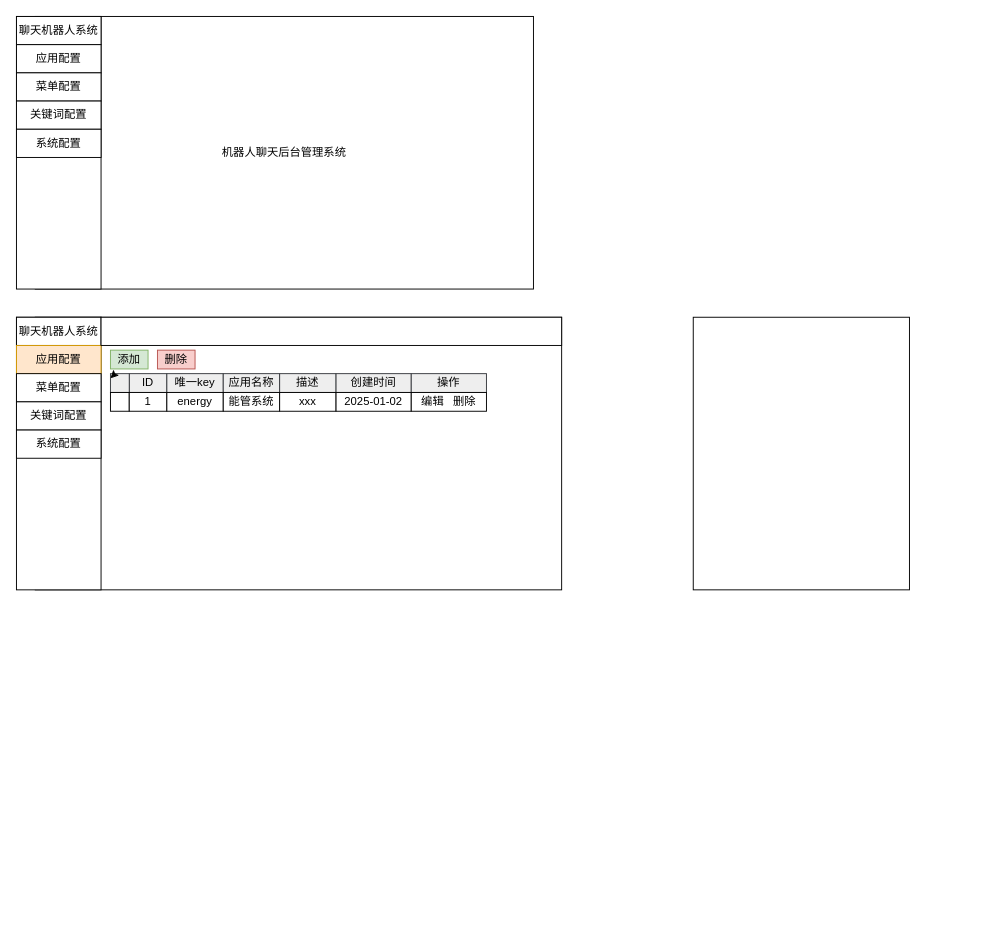
dhonor-dyj/design_docs keeps this draw.io diagram as 聊天机器人.drawio. Above is the earlier version. Source tidied: cells renumbered, new cells numbered last; positions are measured from the earlier drawing's top-left corner, leaving out a move shared by most shapes. Both pictures are drawn from the tidied source at 94%, with x=0, y=0 at pixel (16, 16).
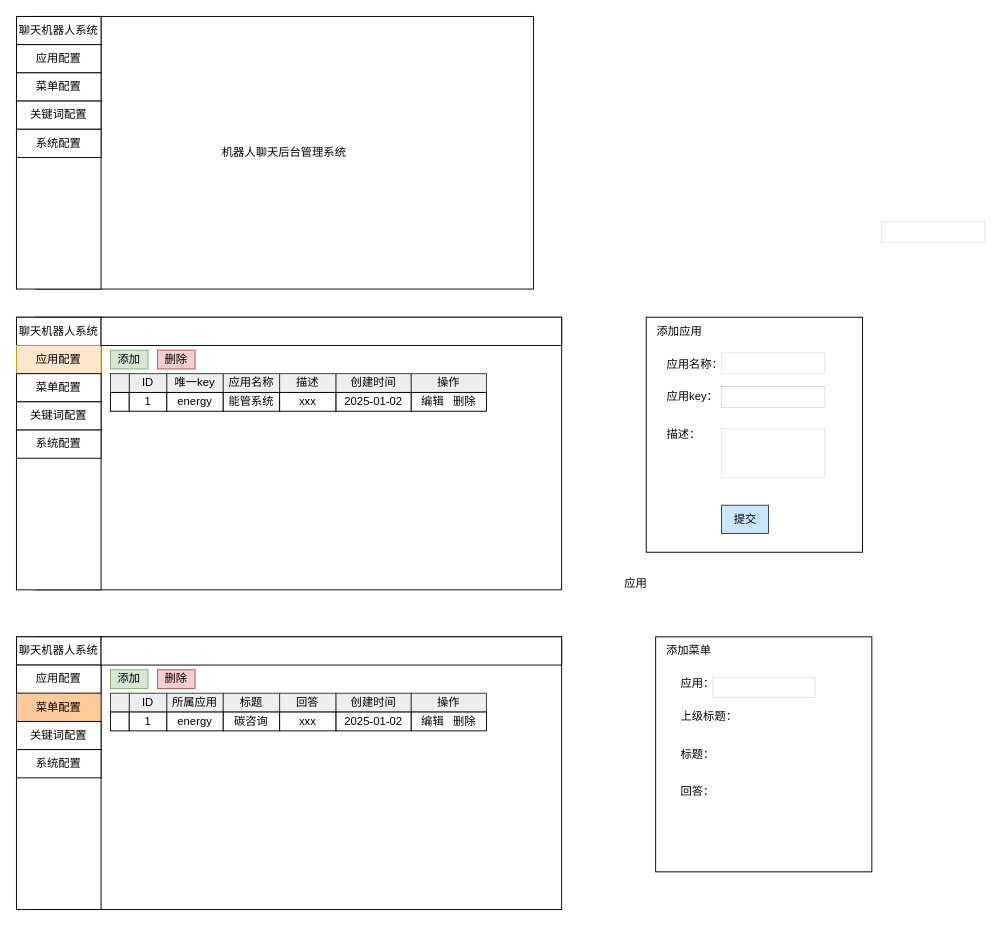
After the change.

Commit message (it also covers changes not shown here):
更新聊天机器人.drawio

Unchanged cells that the change refers to:
```xml
<mxCell id="24" style="rounded=0;whiteSpace=wrap;html=1;fillColor=#eeeeee;strokeColor=#36393d;" parent="1" vertex="1">
  <mxGeometry x="100" y="380" width="20" height="20" as="geometry" />
</mxCell>
```

Diff of the diagram source:
```diff
@@
-    <mxCell id="33" style="rounded=0;whiteSpace=wrap;html=1;" parent="1" vertex="1">
-      <mxGeometry x="720" y="320" width="230" height="290" as="geometry" />
-    </mxCell>
-    <mxCell id="34" style="edgeStyle=none;rounded=0;orthogonalLoop=1;jettySize=auto;html=1;exitX=0.25;exitY=0;exitDx=0;exitDy=0;entryX=0;entryY=0.25;entryDx=0;entryDy=0;" parent="1" edge="1" source="24" target="24">
-      <mxGeometry relative="1" as="geometry" />
-    </mxCell>
+    <mxCell id="35" style="rounded=0;whiteSpace=wrap;html=1;" parent="1" vertex="1">
+      <mxGeometry x="670" y="320" width="230" height="250" as="geometry" />
+    </mxCell>
+    <mxCell id="36" value="添加应用" style="text;html=1;align=center;verticalAlign=middle;strokeColor=none;fillColor=none;" parent="1" vertex="1">
+      <mxGeometry x="670" y="320" width="70" height="30" as="geometry" />
+    </mxCell>
+    <mxCell id="37" value="提交" style="text;html=1;align=center;verticalAlign=middle;strokeColor=#36393d;fillColor=#cce5ff;" parent="1" vertex="1">
+      <mxGeometry x="750" y="520" width="50" height="30" as="geometry" />
+    </mxCell>
+    <mxCell id="38" value="应用名称：" style="text;html=1;align=left;verticalAlign=middle;strokeColor=none;fillColor=none;" parent="1" vertex="1">
+      <mxGeometry x="690" y="355" width="80" height="30" as="geometry" />
+    </mxCell>
+    <mxCell id="39" value="应用key：" style="text;html=1;align=left;verticalAlign=middle;strokeColor=none;fillColor=none;" parent="1" vertex="1">
+      <mxGeometry x="690" y="390" width="80" height="30" as="geometry" />
+    </mxCell>
+    <mxCell id="40" value="描述：" style="text;html=1;align=left;verticalAlign=middle;strokeColor=none;fillColor=none;" parent="1" vertex="1">
+      <mxGeometry x="690" y="430" width="60" height="30" as="geometry" />
+    </mxCell>
+    <mxCell id="41" style="whiteSpace=wrap;html=1;strokeWidth=0;" parent="1" vertex="1">
+      <mxGeometry x="920" y="218" width="110" height="22" as="geometry" />
+    </mxCell>
+    <mxCell id="42" style="whiteSpace=wrap;html=1;strokeWidth=0;" parent="1" vertex="1">
+      <mxGeometry x="750" y="358" width="110" height="22" as="geometry" />
+    </mxCell>
+    <mxCell id="43" style="whiteSpace=wrap;html=1;strokeWidth=0;" parent="1" vertex="1">
+      <mxGeometry x="750" y="394" width="110" height="22" as="geometry" />
+    </mxCell>
+    <mxCell id="44" style="whiteSpace=wrap;html=1;strokeWidth=0;" parent="1" vertex="1">
+      <mxGeometry x="750" y="438" width="110" height="52" as="geometry" />
+    </mxCell>
+    <mxCell id="45" style="whiteSpace=wrap;html=1;strokeWidth=0;" parent="1" vertex="1">
+      <mxGeometry x="750" y="394" width="110" height="22" as="geometry" />
+    </mxCell>
+    <mxCell id="46" style="rounded=0;whiteSpace=wrap;html=1;" parent="1" vertex="1">
+      <mxGeometry x="20" y="660" width="560" height="290" as="geometry" />
+    </mxCell>
+    <mxCell id="47" style="rounded=0;whiteSpace=wrap;html=1;" parent="1" vertex="1">
+      <mxGeometry y="660" width="90" height="290" as="geometry" />
+    </mxCell>
+    <mxCell id="48" value="聊天机器人系统" style="rounded=0;whiteSpace=wrap;html=1;" parent="1" vertex="1">
+      <mxGeometry y="660" width="90" height="30" as="geometry" />
+    </mxCell>
+    <mxCell id="49" value="应用配置" style="rounded=0;whiteSpace=wrap;html=1;" parent="1" vertex="1">
+      <mxGeometry y="690" width="90" height="30" as="geometry" />
+    </mxCell>
+    <mxCell id="50" value="菜单配置" style="rounded=0;whiteSpace=wrap;html=1;fillColor=#ffcc99;strokeColor=#36393d;" parent="1" vertex="1">
+      <mxGeometry y="720" width="90" height="30" as="geometry" />
+    </mxCell>
+    <mxCell id="51" value="关键词配置" style="rounded=0;whiteSpace=wrap;html=1;" parent="1" vertex="1">
+      <mxGeometry y="750" width="90" height="30" as="geometry" />
+    </mxCell>
+    <mxCell id="52" value="系统配置" style="rounded=0;whiteSpace=wrap;html=1;" parent="1" vertex="1">
+      <mxGeometry y="780" width="90" height="30" as="geometry" />
+    </mxCell>
+    <mxCell id="53" style="rounded=0;whiteSpace=wrap;html=1;" parent="1" vertex="1">
+      <mxGeometry x="90" y="660" width="490" height="30" as="geometry" />
+    </mxCell>
+    <mxCell id="54" value="添加" style="rounded=0;whiteSpace=wrap;html=1;fillColor=#d5e8d4;strokeColor=#82b366;" parent="1" vertex="1">
+      <mxGeometry x="100" y="695" width="40" height="20" as="geometry" />
+    </mxCell>
+    <mxCell id="55" value="删除" style="rounded=0;whiteSpace=wrap;html=1;fillColor=#f8cecc;strokeColor=#b85450;" parent="1" vertex="1">
+      <mxGeometry x="150" y="695" width="40" height="20" as="geometry" />
+    </mxCell>
+    <mxCell id="56" value="ID" style="rounded=0;whiteSpace=wrap;html=1;fillColor=#eeeeee;strokeColor=#36393d;" parent="1" vertex="1">
+      <mxGeometry x="120" y="720" width="40" height="20" as="geometry" />
+    </mxCell>
+    <mxCell id="57" value="所属应用" style="rounded=0;whiteSpace=wrap;html=1;fillColor=#eeeeee;strokeColor=#36393d;" parent="1" vertex="1">
+      <mxGeometry x="160" y="720" width="60" height="20" as="geometry" />
+    </mxCell>
+    <mxCell id="58" value="标题" style="rounded=0;whiteSpace=wrap;html=1;fillColor=#eeeeee;strokeColor=#36393d;" parent="1" vertex="1">
+      <mxGeometry x="220" y="720" width="60" height="20" as="geometry" />
+    </mxCell>
+    <mxCell id="59" value="回答" style="rounded=0;whiteSpace=wrap;html=1;fillColor=#eeeeee;strokeColor=#36393d;" parent="1" vertex="1">
+      <mxGeometry x="280" y="720" width="60" height="20" as="geometry" />
+    </mxCell>
+    <mxCell id="60" value="创建时间" style="rounded=0;whiteSpace=wrap;html=1;fillColor=#eeeeee;strokeColor=#36393d;" parent="1" vertex="1">
+      <mxGeometry x="340" y="720" width="80" height="20" as="geometry" />
+    </mxCell>
+    <mxCell id="61" style="rounded=0;whiteSpace=wrap;html=1;fillColor=#eeeeee;strokeColor=#36393d;" parent="1" vertex="1">
+      <mxGeometry x="100" y="720" width="20" height="20" as="geometry" />
+    </mxCell>
+    <mxCell id="62" style="rounded=0;whiteSpace=wrap;html=1;" parent="1" vertex="1">
+      <mxGeometry x="100" y="740" width="20" height="20" as="geometry" />
+    </mxCell>
+    <mxCell id="63" value="1" style="rounded=0;whiteSpace=wrap;html=1;" parent="1" vertex="1">
+      <mxGeometry x="120" y="740" width="40" height="20" as="geometry" />
+    </mxCell>
+    <mxCell id="64" value="energy" style="rounded=0;whiteSpace=wrap;html=1;" parent="1" vertex="1">
+      <mxGeometry x="160" y="740" width="60" height="20" as="geometry" />
+    </mxCell>
+    <mxCell id="65" value="碳咨询" style="rounded=0;whiteSpace=wrap;html=1;" parent="1" vertex="1">
+      <mxGeometry x="220" y="740" width="60" height="20" as="geometry" />
+    </mxCell>
+    <mxCell id="66" value="xxx" style="rounded=0;whiteSpace=wrap;html=1;" parent="1" vertex="1">
+      <mxGeometry x="280" y="740" width="60" height="20" as="geometry" />
+    </mxCell>
+    <mxCell id="67" value="&lt;font&gt;2025-01-02&lt;/font&gt;" style="rounded=0;whiteSpace=wrap;html=1;" parent="1" vertex="1">
+      <mxGeometry x="340" y="740" width="80" height="20" as="geometry" />
+    </mxCell>
+    <mxCell id="68" value="操作" style="rounded=0;whiteSpace=wrap;html=1;fillColor=#eeeeee;strokeColor=#36393d;" parent="1" vertex="1">
+      <mxGeometry x="420" y="720" width="80" height="20" as="geometry" />
+    </mxCell>
+    <mxCell id="69" value="编辑&amp;nbsp; &amp;nbsp;删除" style="rounded=0;whiteSpace=wrap;html=1;" parent="1" vertex="1">
+      <mxGeometry x="420" y="740" width="80" height="20" as="geometry" />
+    </mxCell>
+    <mxCell id="70" style="rounded=0;whiteSpace=wrap;html=1;" parent="1" vertex="1">
+      <mxGeometry x="680" y="660" width="230" height="250" as="geometry" />
+    </mxCell>
+    <mxCell id="71" value="添加菜单" style="text;html=1;align=center;verticalAlign=middle;strokeColor=none;fillColor=none;" parent="1" vertex="1">
+      <mxGeometry x="680" y="660" width="70" height="30" as="geometry" />
+    </mxCell>
+    <mxCell id="72" value="应用" style="text;html=1;align=left;verticalAlign=middle;strokeColor=none;fillColor=none;" parent="1" vertex="1">
+      <mxGeometry x="645" y="588" width="50" height="30" as="geometry" />
+    </mxCell>
+    <mxCell id="73" value="应用：" style="text;html=1;align=left;verticalAlign=middle;strokeColor=none;fillColor=none;" parent="1" vertex="1">
+      <mxGeometry x="705" y="695" width="60" height="30" as="geometry" />
+    </mxCell>
+    <mxCell id="74" value="上级标题：" style="text;html=1;align=left;verticalAlign=middle;strokeColor=none;fillColor=none;" parent="1" vertex="1">
+      <mxGeometry x="705" y="730" width="80" height="30" as="geometry" />
+    </mxCell>
+    <mxCell id="75" value="标题：" style="text;html=1;align=left;verticalAlign=middle;strokeColor=none;fillColor=none;" parent="1" vertex="1">
+      <mxGeometry x="705" y="770" width="60" height="30" as="geometry" />
+    </mxCell>
+    <mxCell id="76" value="回答：" style="text;html=1;align=left;verticalAlign=middle;strokeColor=none;fillColor=none;" parent="1" vertex="1">
+      <mxGeometry x="705" y="810" width="60" height="30" as="geometry" />
+    </mxCell>
+    <mxCell id="77" style="whiteSpace=wrap;html=1;strokeWidth=0;" parent="1" vertex="1">
+      <mxGeometry x="740" y="703" width="110" height="22" as="geometry" />
+    </mxCell>
```
